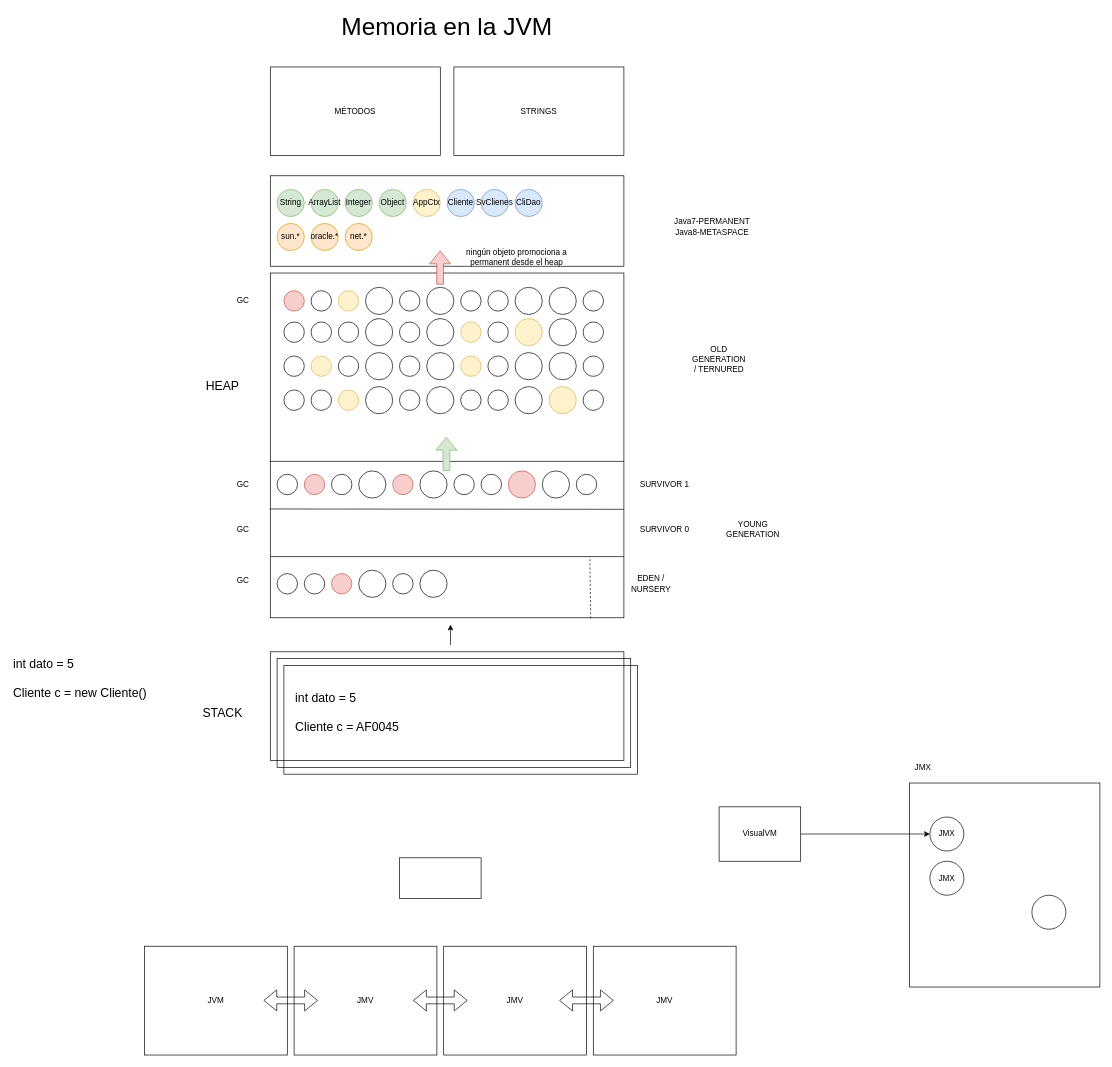
The draw.io diagram page "Página-1" (1 of 6) of Diagramas_2_edicion.drawio in lrag/rendimiento_jvm, before the edit. Source tidied: cells renumbered, new cells numbered last; positions are measured from the earlier drawing's top-left corner, leaving out a move shared by most shapes. Both pictures are drawn from the tidied source at 68%, with x=0, y=0 at pixel (12, 19).
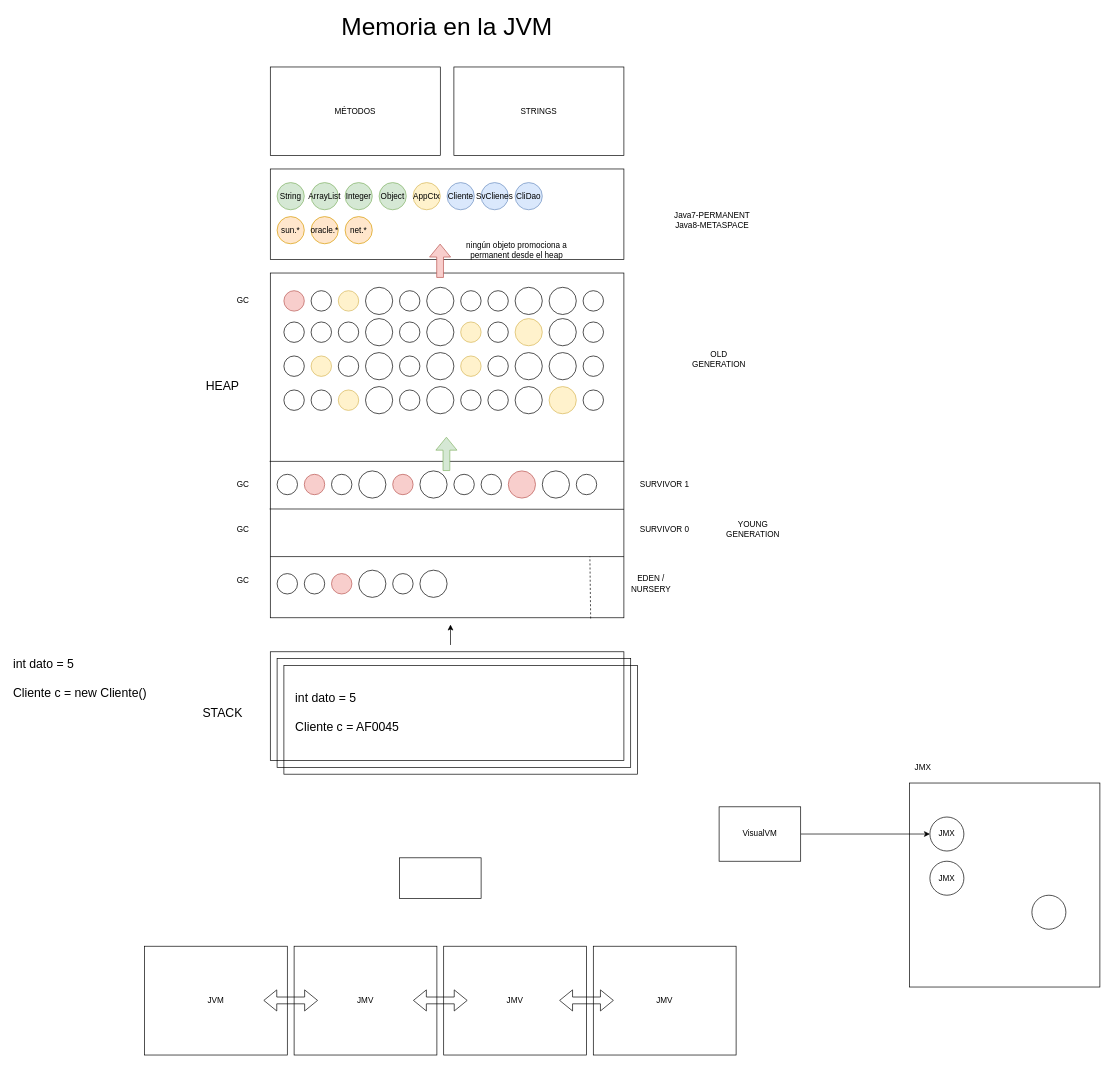
After the change.

What changed in the source:
```diff
@@
     <mxCell id="2" style="rounded=0;whiteSpace=wrap;html=1;fillColor=none;" parent="1" vertex="1">
-      <mxGeometry x="380" y="230" width="520" height="133" as="geometry" />
+      <mxGeometry x="380" y="220" width="520" height="133" as="geometry" />
     </mxCell>
@@
-    <mxCell id="18" value="OLD&lt;br&gt;GENERATION&lt;br&gt;/ TERNURED" style="text;html=1;strokeColor=none;fillColor=none;align=center;verticalAlign=middle;whiteSpace=wrap;rounded=0;" parent="1" vertex="1">
+    <mxCell id="18" value="OLD&lt;br&gt;GENERATION&lt;br&gt;" style="text;html=1;strokeColor=none;fillColor=none;align=center;verticalAlign=middle;whiteSpace=wrap;rounded=0;" parent="1" vertex="1">
       <mxGeometry x="1020" y="475" width="40" height="50" as="geometry" />
     </mxCell>
@@
     <mxCell id="22" value="Java7-PERMANENT&lt;br&gt;Java8-METASPACE" style="text;html=1;strokeColor=none;fillColor=none;align=center;verticalAlign=middle;whiteSpace=wrap;rounded=0;" parent="1" vertex="1">
-      <mxGeometry x="940" y="280" width="180" height="50" as="geometry" />
+      <mxGeometry x="940" y="270" width="180" height="50" as="geometry" />
     </mxCell>
@@
     <mxCell id="99" value="String" style="ellipse;whiteSpace=wrap;html=1;fillColor=#d5e8d4;strokeColor=#82b366;" parent="1" vertex="1">
-      <mxGeometry x="390" y="250" width="40" height="40" as="geometry" />
+      <mxGeometry x="390" y="240" width="40" height="40" as="geometry" />
     </mxCell>
     <mxCell id="100" value="ArrayList" style="ellipse;whiteSpace=wrap;html=1;fillColor=#d5e8d4;strokeColor=#82b366;" parent="1" vertex="1">
-      <mxGeometry x="440" y="250" width="40" height="40" as="geometry" />
+      <mxGeometry x="440" y="240" width="40" height="40" as="geometry" />
     </mxCell>
     <mxCell id="101" value="Integer" style="ellipse;whiteSpace=wrap;html=1;fillColor=#d5e8d4;strokeColor=#82b366;" parent="1" vertex="1">
-      <mxGeometry x="490" y="250" width="40" height="40" as="geometry" />
+      <mxGeometry x="490" y="240" width="40" height="40" as="geometry" />
     </mxCell>
     <mxCell id="102" value="ningún objeto promociona a permanent desde el heap" style="text;html=1;strokeColor=none;fillColor=none;align=center;verticalAlign=middle;whiteSpace=wrap;rounded=0;" parent="1" vertex="1">
-      <mxGeometry x="645" y="340" width="195" height="20" as="geometry" />
+      <mxGeometry x="645" y="330" width="195" height="20" as="geometry" />
     </mxCell>
     <mxCell id="103" value="Object" style="ellipse;whiteSpace=wrap;html=1;fillColor=#d5e8d4;strokeColor=#82b366;" parent="1" vertex="1">
-      <mxGeometry x="540" y="250" width="40" height="40" as="geometry" />
+      <mxGeometry x="540" y="240" width="40" height="40" as="geometry" />
     </mxCell>
     <mxCell id="104" value="AppCtx" style="ellipse;whiteSpace=wrap;html=1;fillColor=#fff2cc;strokeColor=#d6b656;" parent="1" vertex="1">
-      <mxGeometry x="590" y="250" width="40" height="40" as="geometry" />
+      <mxGeometry x="590" y="240" width="40" height="40" as="geometry" />
     </mxCell>
     <mxCell id="105" value="Cliente" style="ellipse;whiteSpace=wrap;html=1;fillColor=#dae8fc;strokeColor=#6c8ebf;" parent="1" vertex="1">
-      <mxGeometry x="640" y="250" width="40" height="40" as="geometry" />
+      <mxGeometry x="640" y="240" width="40" height="40" as="geometry" />
     </mxCell>
     <mxCell id="106" value="SvClienes" style="ellipse;whiteSpace=wrap;html=1;fillColor=#dae8fc;strokeColor=#6c8ebf;" parent="1" vertex="1">
-      <mxGeometry x="690" y="250" width="40" height="40" as="geometry" />
+      <mxGeometry x="690" y="240" width="40" height="40" as="geometry" />
     </mxCell>
     <mxCell id="107" value="CliDao" style="ellipse;whiteSpace=wrap;html=1;fillColor=#dae8fc;strokeColor=#6c8ebf;" parent="1" vertex="1">
-      <mxGeometry x="740" y="250" width="40" height="40" as="geometry" />
+      <mxGeometry x="740" y="240" width="40" height="40" as="geometry" />
     </mxCell>
     <mxCell id="108" value="sun.*" style="ellipse;whiteSpace=wrap;html=1;fillColor=#ffe6cc;strokeColor=#d79b00;" parent="1" vertex="1">
-      <mxGeometry x="390" y="300" width="40" height="40" as="geometry" />
+      <mxGeometry x="390" y="290" width="40" height="40" as="geometry" />
     </mxCell>
     <mxCell id="109" value="oracle.*" style="ellipse;whiteSpace=wrap;html=1;fillColor=#ffe6cc;strokeColor=#d79b00;" parent="1" vertex="1">
-      <mxGeometry x="440" y="300" width="40" height="40" as="geometry" />
+      <mxGeometry x="440" y="290" width="40" height="40" as="geometry" />
     </mxCell>
     <mxCell id="110" value="net.*" style="ellipse;whiteSpace=wrap;html=1;fillColor=#ffe6cc;strokeColor=#d79b00;" parent="1" vertex="1">
-      <mxGeometry x="490" y="300" width="40" height="40" as="geometry" />
+      <mxGeometry x="490" y="290" width="40" height="40" as="geometry" />
     </mxCell>
@@
     <mxCell id="118" style="shape=flexArrow;endArrow=classic;html=1;fillColor=#f8cecc;strokeColor=#b85450;" parent="1" edge="1">
       <mxGeometry relative="1" as="geometry">
-        <mxPoint x="629.7" y="390" as="sourcePoint" />
-        <mxPoint x="629.7" y="340" as="targetPoint" />
+        <mxPoint x="629.7" y="380" as="sourcePoint" />
+        <mxPoint x="629.7" y="330" as="targetPoint" />
       </mxGeometry>
     </mxCell>
```
